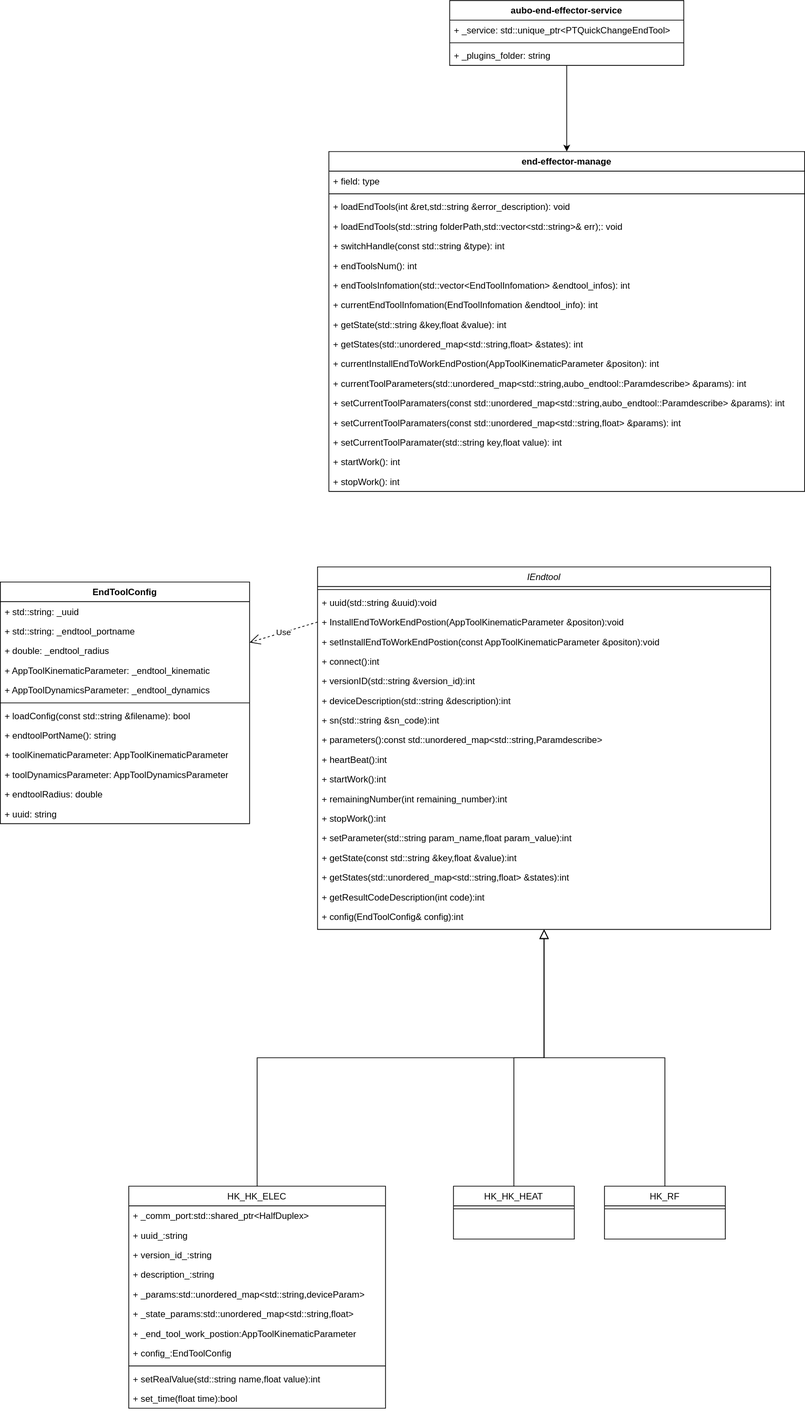
The draw.io diagram 理疗/理疗末端rpc服务.svg in Durpe/Drawio, before a commit. Source tidied: cells renumbered, new cells last; positions are measured from the earlier drawing's top-left corner, leaving out a move shared by most shapes.
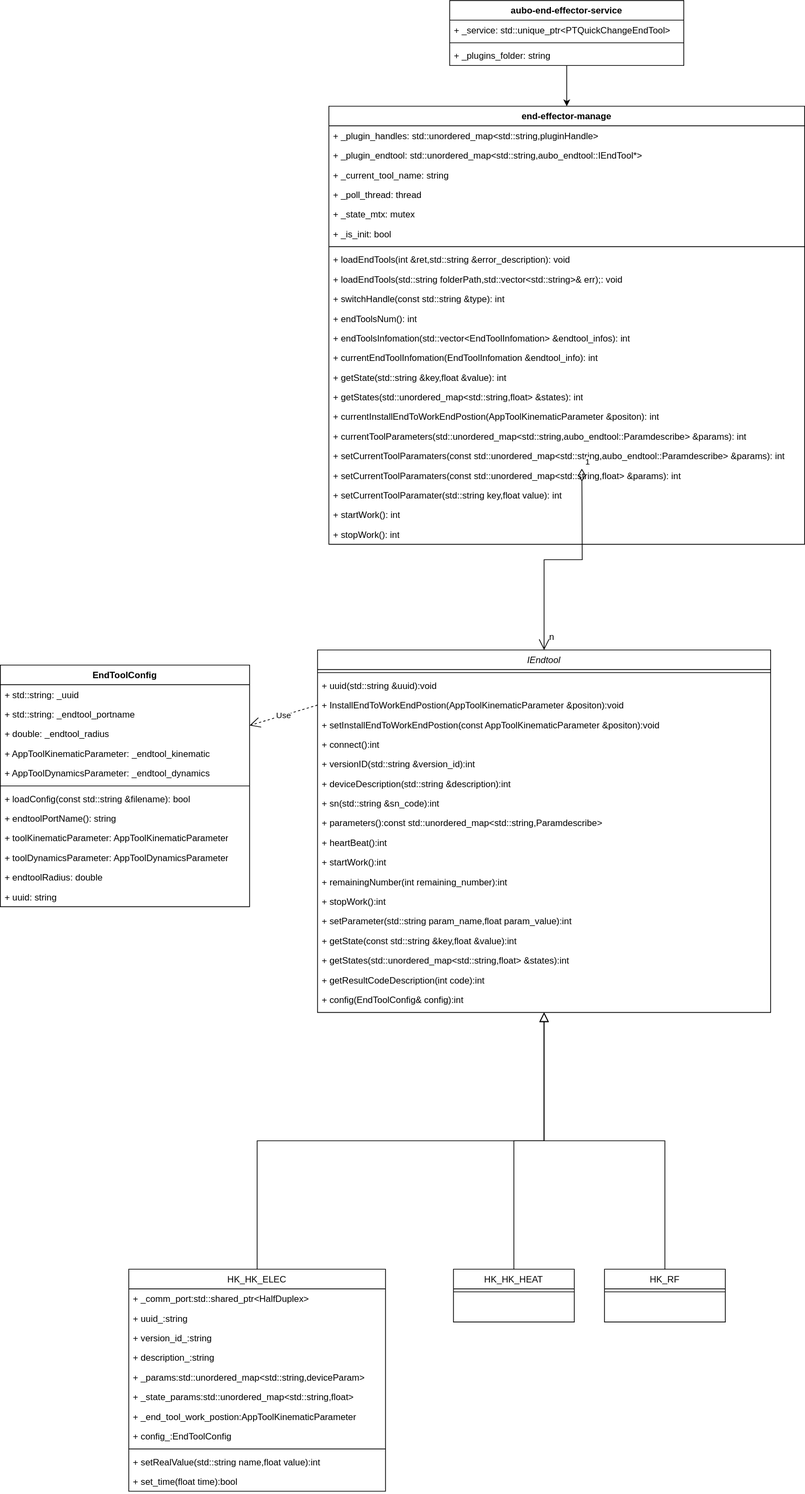
Above is the later version.

Commit message:
更新理疗末端rpc服务.svg

The edit, as a diff of the source:
```diff
@@ -163,64 +163,79 @@
       <mxGeometry y="294" width="330" height="26" as="geometry" />
     </mxCell>
     <mxCell id="54" value="end-effector-manage" style="swimlane;fontStyle=1;align=center;verticalAlign=top;horizontal=1;startSize=26;whiteSpace=wrap;html=1;" parent="1" vertex="1">
-      <mxGeometry x="435" y="200" width="630" height="450" as="geometry" />
+      <mxGeometry x="435" y="30" width="630" height="580" as="geometry" />
     </mxCell>
-    <mxCell id="55" value="+ field: type" style="text;strokeColor=none;fillColor=none;align=left;verticalAlign=top;spacingLeft=4;spacingRight=4;overflow=hidden;whiteSpace=wrap;html=1;" parent="54" vertex="1">
+    <mxCell id="55" value="+ _plugin_handles: std::unordered_map&amp;lt;std::string,pluginHandle&amp;gt;" style="text;strokeColor=none;fillColor=none;align=left;verticalAlign=top;spacingLeft=4;spacingRight=4;overflow=hidden;whiteSpace=wrap;html=1;" parent="54" vertex="1">
       <mxGeometry y="26" width="630" height="26" as="geometry" />
     </mxCell>
+    <mxCell id="77" value="+ _plugin_endtool: std::unordered_map&amp;lt;std::string,aubo_endtool::IEndTool*&amp;gt;" style="text;strokeColor=none;fillColor=none;align=left;verticalAlign=top;spacingLeft=4;spacingRight=4;overflow=hidden;whiteSpace=wrap;html=1;" parent="54" vertex="1">
+      <mxGeometry y="52" width="630" height="26" as="geometry" />
+    </mxCell>
+    <mxCell id="78" value="+ _current_tool_name: string" style="text;strokeColor=none;fillColor=none;align=left;verticalAlign=top;spacingLeft=4;spacingRight=4;overflow=hidden;whiteSpace=wrap;html=1;" parent="54" vertex="1">
+      <mxGeometry y="78" width="630" height="26" as="geometry" />
+    </mxCell>
+    <mxCell id="79" value="+ _poll_thread: thread" style="text;strokeColor=none;fillColor=none;align=left;verticalAlign=top;spacingLeft=4;spacingRight=4;overflow=hidden;whiteSpace=wrap;html=1;" parent="54" vertex="1">
+      <mxGeometry y="104" width="630" height="26" as="geometry" />
+    </mxCell>
+    <mxCell id="80" value="+ _state_mtx: mutex" style="text;strokeColor=none;fillColor=none;align=left;verticalAlign=top;spacingLeft=4;spacingRight=4;overflow=hidden;whiteSpace=wrap;html=1;" parent="54" vertex="1">
+      <mxGeometry y="130" width="630" height="26" as="geometry" />
+    </mxCell>
+    <mxCell id="81" value="+ _is_init: bool" style="text;strokeColor=none;fillColor=none;align=left;verticalAlign=top;spacingLeft=4;spacingRight=4;overflow=hidden;whiteSpace=wrap;html=1;" parent="54" vertex="1">
+      <mxGeometry y="156" width="630" height="26" as="geometry" />
+    </mxCell>
     <mxCell id="56" style="line;strokeWidth=1;fillColor=none;align=left;verticalAlign=middle;spacingTop=-1;spacingLeft=3;spacingRight=3;labelPosition=right;strokeColor=inherit;" parent="54" vertex="1">
-      <mxGeometry y="52" width="630" height="8" as="geometry" />
+      <mxGeometry y="182" width="630" height="8" as="geometry" />
     </mxCell>
     <mxCell id="57" value="+ loadEndTools(int &amp;amp;ret,std::string &amp;amp;error_description): void" style="text;strokeColor=none;fillColor=none;align=left;verticalAlign=top;spacingLeft=4;spacingRight=4;overflow=hidden;whiteSpace=wrap;html=1;" parent="54" vertex="1">
-      <mxGeometry y="60" width="630" height="26" as="geometry" />
+      <mxGeometry y="190" width="630" height="26" as="geometry" />
     </mxCell>
     <mxCell id="58" value="+ loadEndTools(std::string folderPath,std::vector&amp;lt;std::string&amp;gt;&amp;amp; err);: void" style="text;strokeColor=none;fillColor=none;align=left;verticalAlign=top;spacingLeft=4;spacingRight=4;overflow=hidden;whiteSpace=wrap;html=1;" parent="54" vertex="1">
-      <mxGeometry y="86" width="630" height="26" as="geometry" />
+      <mxGeometry y="216" width="630" height="26" as="geometry" />
     </mxCell>
     <mxCell id="59" value="+ switchHandle(const std::string &amp;amp;type): int" style="text;strokeColor=none;fillColor=none;align=left;verticalAlign=top;spacingLeft=4;spacingRight=4;overflow=hidden;whiteSpace=wrap;html=1;" parent="54" vertex="1">
-      <mxGeometry y="112" width="630" height="26" as="geometry" />
+      <mxGeometry y="242" width="630" height="26" as="geometry" />
     </mxCell>
     <mxCell id="60" value="+ endToolsNum(): int" style="text;strokeColor=none;fillColor=none;align=left;verticalAlign=top;spacingLeft=4;spacingRight=4;overflow=hidden;whiteSpace=wrap;html=1;" parent="54" vertex="1">
-      <mxGeometry y="138" width="630" height="26" as="geometry" />
+      <mxGeometry y="268" width="630" height="26" as="geometry" />
     </mxCell>
     <mxCell id="61" value="+ endToolsInfomation(std::vector&amp;lt;EndToolInfomation&amp;gt; &amp;amp;endtool_infos): int" style="text;strokeColor=none;fillColor=none;align=left;verticalAlign=top;spacingLeft=4;spacingRight=4;overflow=hidden;whiteSpace=wrap;html=1;" parent="54" vertex="1">
-      <mxGeometry y="164" width="630" height="26" as="geometry" />
+      <mxGeometry y="294" width="630" height="26" as="geometry" />
     </mxCell>
     <mxCell id="62" value="+ currentEndToolInfomation(EndToolInfomation &amp;amp;endtool_info): int" style="text;strokeColor=none;fillColor=none;align=left;verticalAlign=top;spacingLeft=4;spacingRight=4;overflow=hidden;whiteSpace=wrap;html=1;" parent="54" vertex="1">
-      <mxGeometry y="190" width="630" height="26" as="geometry" />
+      <mxGeometry y="320" width="630" height="26" as="geometry" />
     </mxCell>
     <mxCell id="63" value="+ getState(std::string &amp;amp;key,float &amp;amp;value): int" style="text;strokeColor=none;fillColor=none;align=left;verticalAlign=top;spacingLeft=4;spacingRight=4;overflow=hidden;whiteSpace=wrap;html=1;" parent="54" vertex="1">
-      <mxGeometry y="216" width="630" height="26" as="geometry" />
+      <mxGeometry y="346" width="630" height="26" as="geometry" />
     </mxCell>
     <mxCell id="64" value="+ getStates(std::unordered_map&amp;lt;std::string,float&amp;gt; &amp;amp;states): int" style="text;strokeColor=none;fillColor=none;align=left;verticalAlign=top;spacingLeft=4;spacingRight=4;overflow=hidden;whiteSpace=wrap;html=1;" parent="54" vertex="1">
-      <mxGeometry y="242" width="630" height="26" as="geometry" />
+      <mxGeometry y="372" width="630" height="26" as="geometry" />
     </mxCell>
     <mxCell id="65" value="+ currentInstallEndToWorkEndPostion(AppToolKinematicParameter &amp;amp;positon): int" style="text;strokeColor=none;fillColor=none;align=left;verticalAlign=top;spacingLeft=4;spacingRight=4;overflow=hidden;whiteSpace=wrap;html=1;" parent="54" vertex="1">
-      <mxGeometry y="268" width="630" height="26" as="geometry" />
+      <mxGeometry y="398" width="630" height="26" as="geometry" />
     </mxCell>
     <mxCell id="66" value="+ currentToolParameters(std::unordered_map&amp;lt;std::string,aubo_endtool::Paramdescribe&amp;gt; &amp;amp;params): int" style="text;strokeColor=none;fillColor=none;align=left;verticalAlign=top;spacingLeft=4;spacingRight=4;overflow=hidden;whiteSpace=wrap;html=1;" parent="54" vertex="1">
-      <mxGeometry y="294" width="630" height="26" as="geometry" />
+      <mxGeometry y="424" width="630" height="26" as="geometry" />
     </mxCell>
     <mxCell id="67" value="+ setCurrentToolParamaters(const std::unordered_map&amp;lt;std::string,aubo_endtool::Paramdescribe&amp;gt; &amp;amp;params): int" style="text;strokeColor=none;fillColor=none;align=left;verticalAlign=top;spacingLeft=4;spacingRight=4;overflow=hidden;whiteSpace=wrap;html=1;" parent="54" vertex="1">
-      <mxGeometry y="320" width="630" height="26" as="geometry" />
+      <mxGeometry y="450" width="630" height="26" as="geometry" />
     </mxCell>
     <mxCell id="68" value="+ setCurrentToolParamaters(const std::unordered_map&amp;lt;std::string,float&amp;gt; &amp;amp;params): int" style="text;strokeColor=none;fillColor=none;align=left;verticalAlign=top;spacingLeft=4;spacingRight=4;overflow=hidden;whiteSpace=wrap;html=1;" parent="54" vertex="1">
-      <mxGeometry y="346" width="630" height="26" as="geometry" />
+      <mxGeometry y="476" width="630" height="26" as="geometry" />
     </mxCell>
     <mxCell id="69" value="+ setCurrentToolParamater(std::string key,float value): int" style="text;strokeColor=none;fillColor=none;align=left;verticalAlign=top;spacingLeft=4;spacingRight=4;overflow=hidden;whiteSpace=wrap;html=1;" parent="54" vertex="1">
-      <mxGeometry y="372" width="630" height="26" as="geometry" />
+      <mxGeometry y="502" width="630" height="26" as="geometry" />
     </mxCell>
     <mxCell id="70" value="+ startWork(): int" style="text;strokeColor=none;fillColor=none;align=left;verticalAlign=top;spacingLeft=4;spacingRight=4;overflow=hidden;whiteSpace=wrap;html=1;" parent="54" vertex="1">
-      <mxGeometry y="398" width="630" height="26" as="geometry" />
+      <mxGeometry y="528" width="630" height="26" as="geometry" />
     </mxCell>
     <mxCell id="71" value="+ stopWork(): int" style="text;strokeColor=none;fillColor=none;align=left;verticalAlign=top;spacingLeft=4;spacingRight=4;overflow=hidden;whiteSpace=wrap;html=1;" parent="54" vertex="1">
-      <mxGeometry y="424" width="630" height="26" as="geometry" />
+      <mxGeometry y="554" width="630" height="26" as="geometry" />
     </mxCell>
     <mxCell id="72" style="edgeStyle=orthogonalEdgeStyle;rounded=0;jettySize=auto;html=1;entryX=0.5;entryY=0;entryDx=0;entryDy=0;" parent="1" edge="1" source="73" target="54">
       <mxGeometry relative="1" as="geometry" />
     </mxCell>
     <mxCell id="73" value="aubo-end-effector-service" style="swimlane;fontStyle=1;align=center;verticalAlign=top;horizontal=1;startSize=26;whiteSpace=wrap;html=1;" parent="1" vertex="1">
-      <mxGeometry x="595" width="310" height="86" as="geometry" />
+      <mxGeometry x="595" y="-110" width="310" height="86" as="geometry" />
     </mxCell>
     <mxCell id="74" value="+ _service: std::unique_ptr&amp;lt;PTQuickChangeEndTool&amp;gt;" style="text;strokeColor=none;fillColor=none;align=left;verticalAlign=top;spacingLeft=4;spacingRight=4;overflow=hidden;whiteSpace=wrap;html=1;" parent="73" vertex="1">
       <mxGeometry y="26" width="310" height="26" as="geometry" />
@@ -231,5 +246,13 @@
     <mxCell id="76" value="+ _plugins_folder: string" style="text;strokeColor=none;fillColor=none;align=left;verticalAlign=top;spacingLeft=4;spacingRight=4;overflow=hidden;whiteSpace=wrap;html=1;" parent="73" vertex="1">
       <mxGeometry y="60" width="310" height="26" as="geometry" />
     </mxCell>
+    <mxCell id="82" value="1" style="endArrow=open;html=1;endSize=12;startArrow=diamondThin;startSize=14;startFill=0;edgeStyle=orthogonalEdgeStyle;align=left;verticalAlign=bottom;rounded=0;entryX=0.5;entryY=0;entryDx=0;entryDy=0;" parent="1" edge="1" target="2">
+      <mxGeometry x="-1" y="3" relative="1" as="geometry">
+        <mxPoint x="770" y="510" as="sourcePoint" />
+      </mxGeometry>
+    </mxCell>
+    <mxCell id="83" value="n" style="text;html=1;align=center;verticalAlign=middle;strokeColor=none;fillColor=none;" parent="1" vertex="1">
+      <mxGeometry x="715" y="718" width="30" height="30" as="geometry" />
+    </mxCell>
   </root>
 </mxGraphModel>
```
